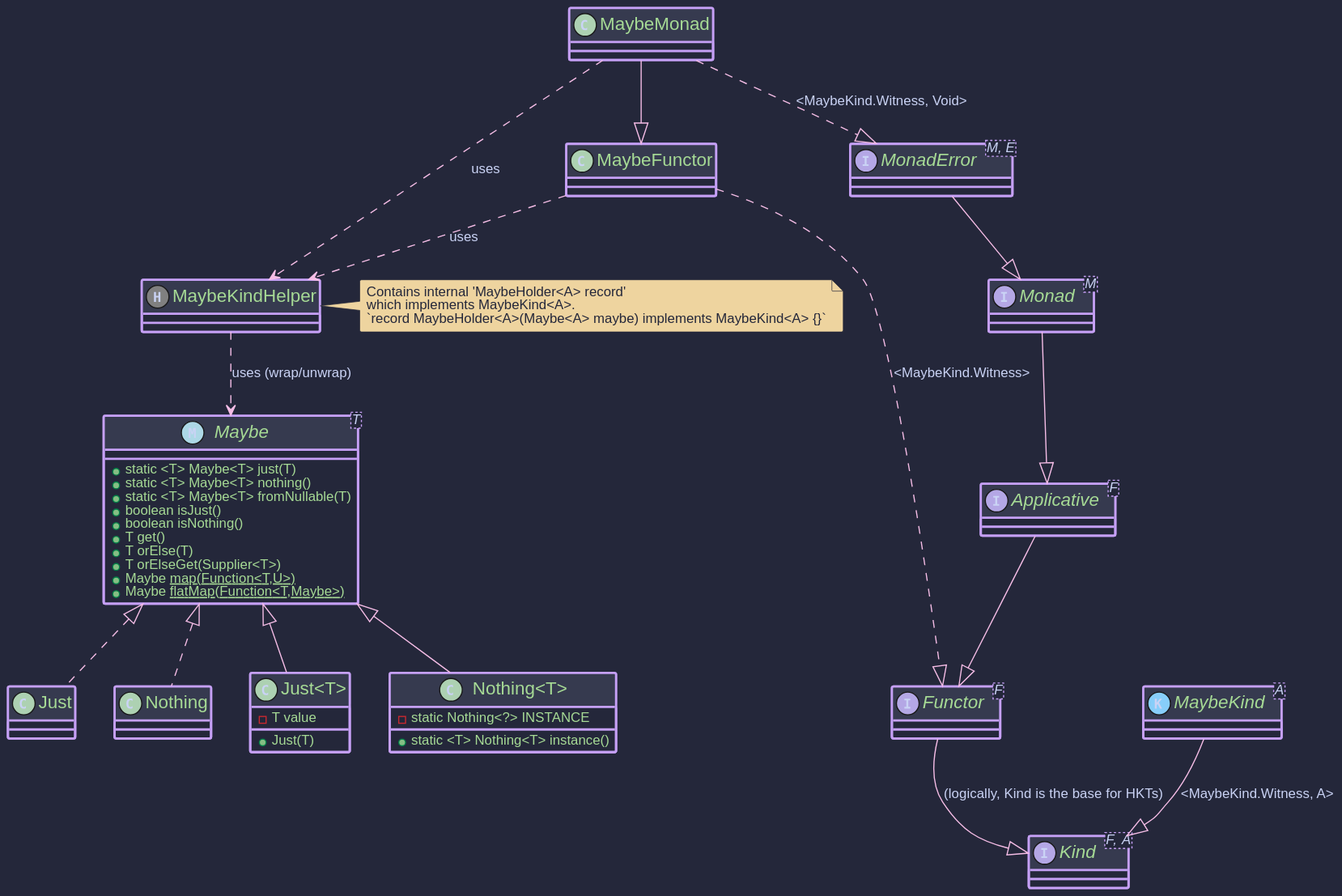
Earlier version of the PlantUML export hkj-book/src/images/puml/maybe_monad.svg (higher-kinded-j/higher-kinded-j).
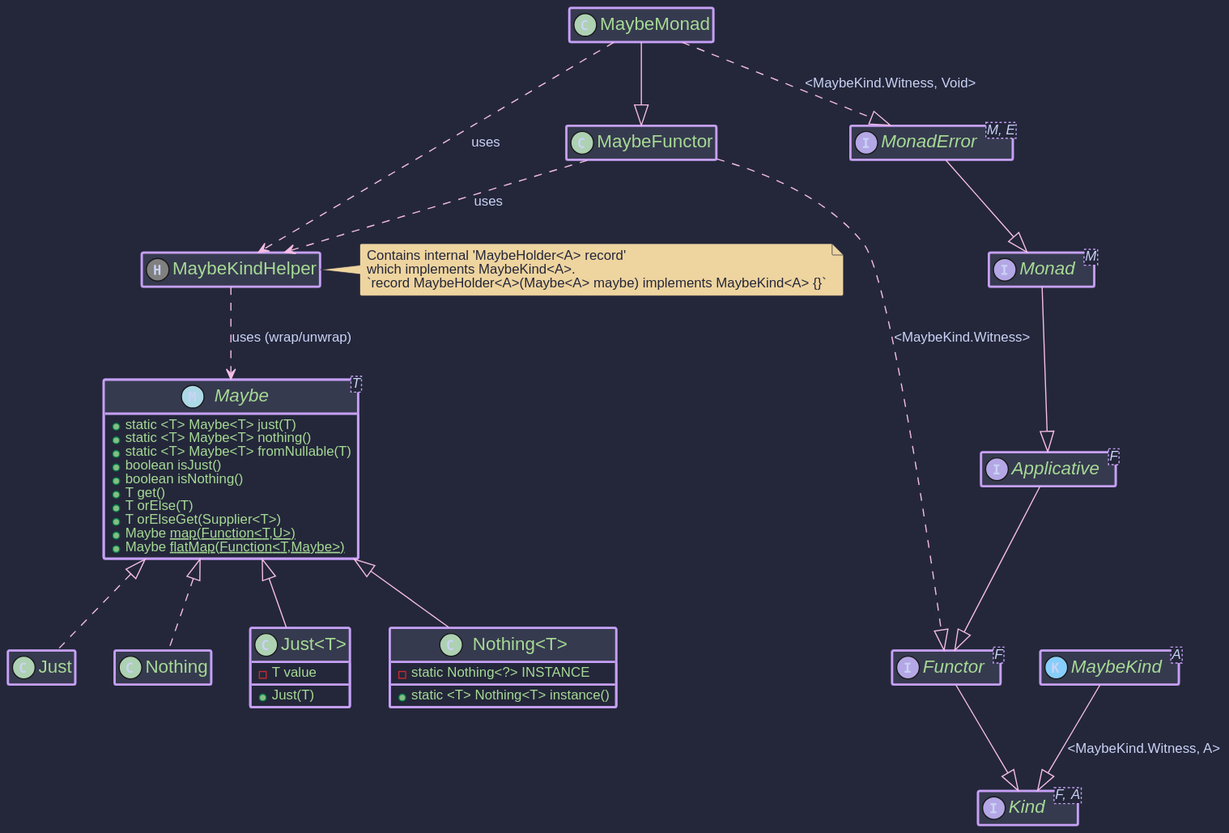
The same diagram one commit later.

What changed in the source:
```diff
@@ -1,6 +1,6 @@
 @startuml
 !include https://raw.githubusercontent.com/ncosta-ic/catppuccin-macchiato-plantuml-theme/main/theme.puml
-
+hide empty members
 
 interface "Kind<F, A>" as Kind
 interface "Functor<F>" as Functor
@@ -54,7 +54,7 @@
 MonadErrorBase --|> MonadBase
 MonadBase --|> Applicative
 Applicative --|> Functor
-Functor --|> Kind : (logically, Kind is the base for HKTs)
+Functor --|> Kind
 
 MaybeKindBase --|> Kind : <MaybeKind.Witness, A>
 
```
